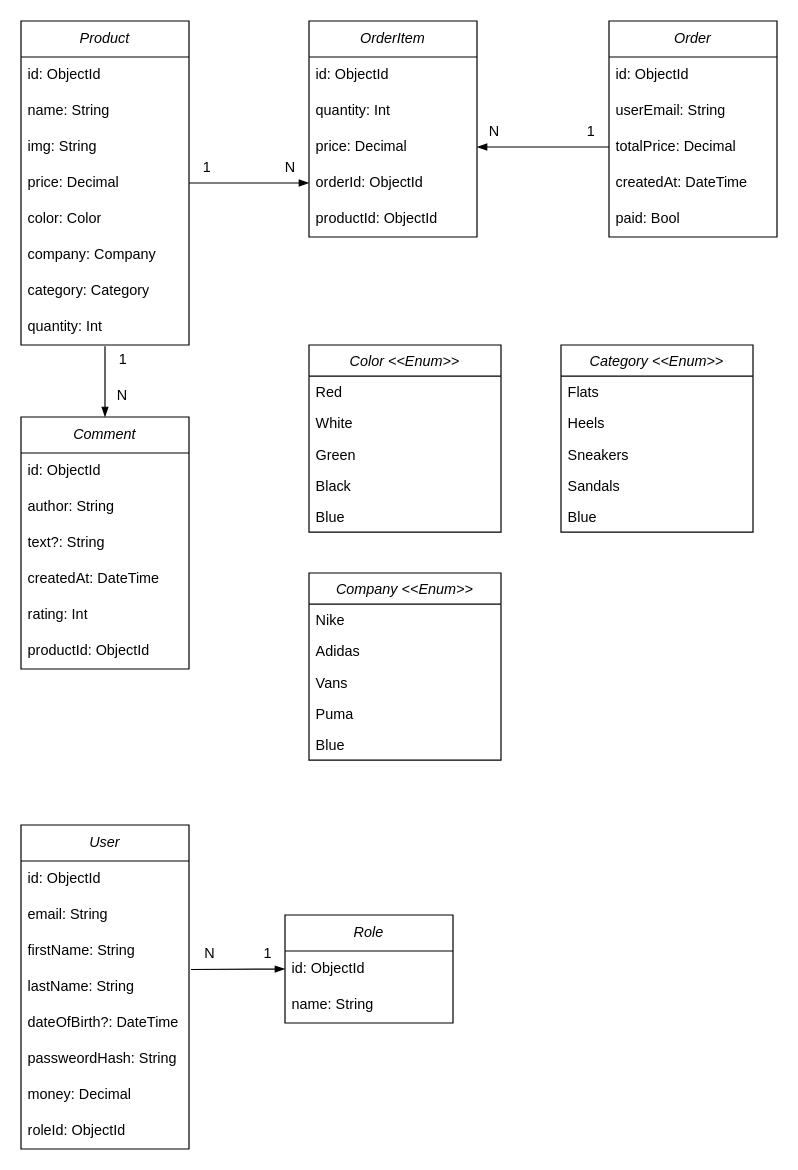
Before: class_diagram.drawio in kamil-caly/Shop_MVC, a draw.io diagram. Source tidied: cells renumbered, new cells numbered last; positions are measured from the earlier drawing's top-left corner, leaving out a move shared by most shapes. Both pictures are drawn from the tidied source at 120%, with x=0, y=0 at pixel (20, 20).
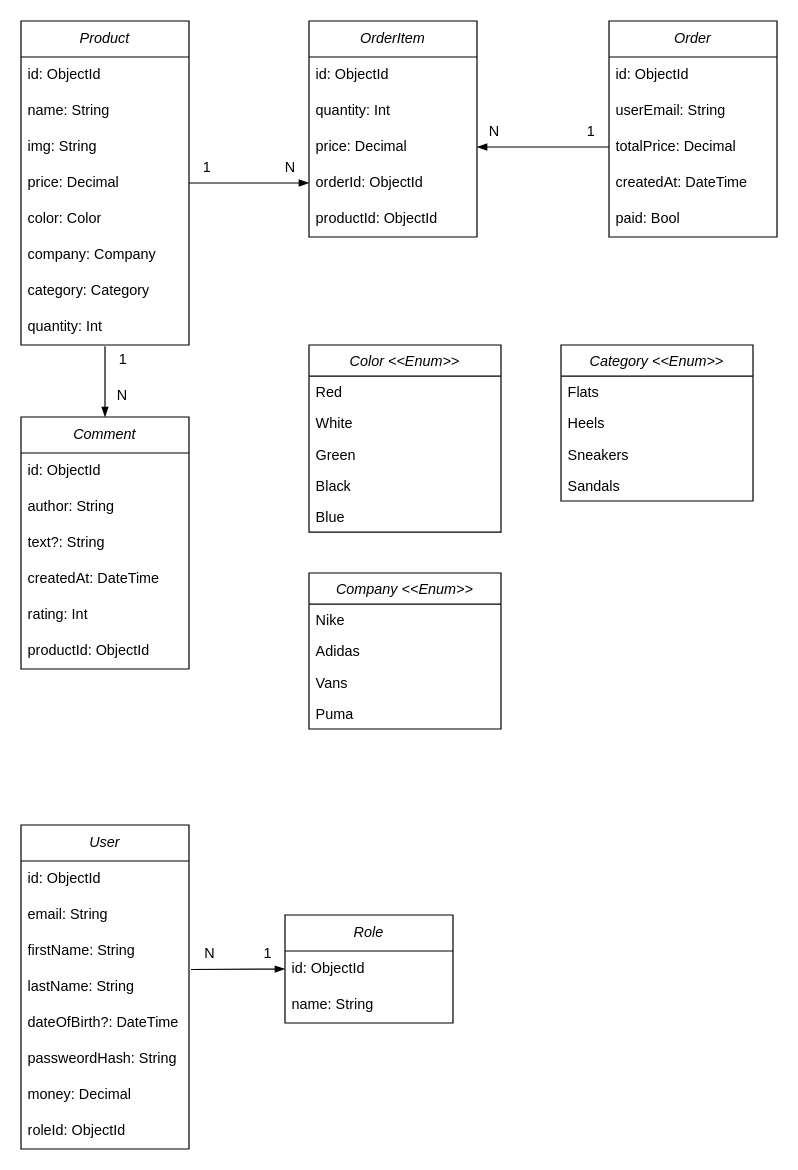
After the change.

Change to the diagram source:
```diff
@@
     <mxCell id="45" value="Category &lt;&lt;Enum&gt;&gt;" style="swimlane;fontStyle=2;align=center;verticalAlign=top;horizontal=1;startSize=26;rounded=0;shadow=0;strokeWidth=1;" parent="1" vertex="1">
-      <mxGeometry x="450" y="270" width="160" height="156" as="geometry" />
+      <mxGeometry x="450" y="270" width="160" height="130" as="geometry" />
     </mxCell>
@@
-    <mxCell id="50" value="Blue" style="text;align=left;verticalAlign=top;spacingLeft=4;spacingRight=4;overflow=hidden;rounded=0;shadow=0;html=0;" parent="45" vertex="1">
-      <mxGeometry y="130" width="160" height="26" as="geometry" />
-    </mxCell>
     <mxCell id="51" value="Company &lt;&lt;Enum&gt;&gt;" style="swimlane;fontStyle=2;align=center;verticalAlign=top;horizontal=1;startSize=26;rounded=0;shadow=0;strokeWidth=1;" parent="1" vertex="1">
-      <mxGeometry x="240" y="460" width="160" height="156" as="geometry" />
+      <mxGeometry x="240" y="460" width="160" height="130" as="geometry" />
     </mxCell>
@@
-    <mxCell id="56" value="Blue" style="text;align=left;verticalAlign=top;spacingLeft=4;spacingRight=4;overflow=hidden;rounded=0;shadow=0;html=0;" parent="51" vertex="1">
-      <mxGeometry y="130" width="160" height="26" as="geometry" />
-    </mxCell>
```
